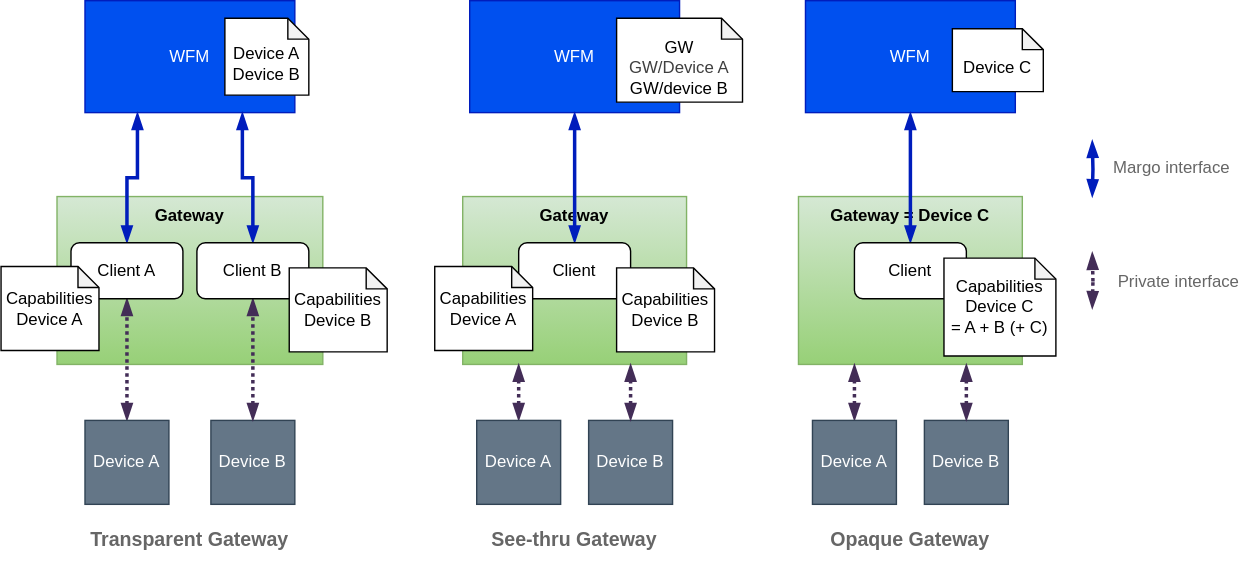
Before: system-design/figures/gateway-types.drawio.svg, a diagram exported from draw.io (margo/general_website_content). Source tidied: cells renumbered, new cells last; positions are measured from the earlier drawing's top-left corner, leaving out a move shared by most shapes.
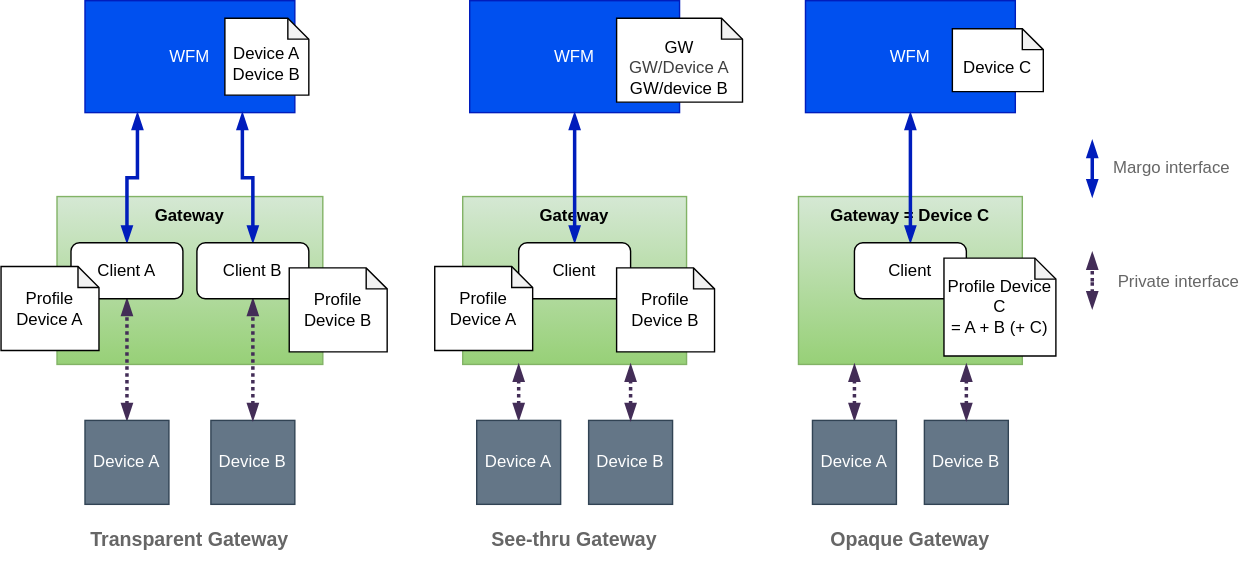
Above is the later version.

Commit message:
Initial change for profile endpoint

Change to the diagram source:
```diff
@@ -107,19 +107,19 @@
     <mxCell id="34" value="Client A" style="rounded=1;whiteSpace=wrap;html=1;" parent="1" vertex="1">
       <mxGeometry x="50" y="173" width="80" height="40" as="geometry" />
     </mxCell>
-    <mxCell id="35" value="Capabilities Device B" style="shape=note;whiteSpace=wrap;html=1;backgroundOutline=1;darkOpacity=0.05;size=15;" parent="1" vertex="1">
+    <mxCell id="35" value="Profile&lt;br&gt;Device B" style="shape=note;whiteSpace=wrap;html=1;backgroundOutline=1;darkOpacity=0.05;size=15;" parent="1" vertex="1">
       <mxGeometry x="206" y="191" width="70" height="60" as="geometry" />
     </mxCell>
-    <mxCell id="36" value="Capabilities Device A" style="shape=note;whiteSpace=wrap;html=1;backgroundOutline=1;darkOpacity=0.05;size=15;" parent="1" vertex="1">
+    <mxCell id="36" value="Profile Device A" style="shape=note;whiteSpace=wrap;html=1;backgroundOutline=1;darkOpacity=0.05;size=15;" parent="1" vertex="1">
       <mxGeometry y="190" width="70" height="60" as="geometry" />
     </mxCell>
     <mxCell id="37" value="Client" style="rounded=1;whiteSpace=wrap;html=1;" parent="1" vertex="1">
       <mxGeometry x="370" y="173" width="80" height="40" as="geometry" />
     </mxCell>
-    <mxCell id="38" value="Capabilities Device A" style="shape=note;whiteSpace=wrap;html=1;backgroundOutline=1;darkOpacity=0.05;size=15;" parent="1" vertex="1">
+    <mxCell id="38" value="Profile Device A" style="shape=note;whiteSpace=wrap;html=1;backgroundOutline=1;darkOpacity=0.05;size=15;" parent="1" vertex="1">
       <mxGeometry x="310" y="190" width="70" height="60" as="geometry" />
     </mxCell>
-    <mxCell id="39" value="Capabilities Device B" style="shape=note;whiteSpace=wrap;html=1;backgroundOutline=1;darkOpacity=0.05;size=15;" parent="1" vertex="1">
+    <mxCell id="39" value="Profile Device B" style="shape=note;whiteSpace=wrap;html=1;backgroundOutline=1;darkOpacity=0.05;size=15;" parent="1" vertex="1">
       <mxGeometry x="440" y="191" width="70" height="60" as="geometry" />
     </mxCell>
     <mxCell id="40" style="edgeStyle=orthogonalEdgeStyle;rounded=0;jettySize=auto;html=1;entryX=0.5;entryY=1;entryDx=0;entryDy=0;strokeColor=#001DBC;align=center;verticalAlign=middle;fontFamily=Helvetica;fontSize=11;fontColor=default;labelBackgroundColor=default;startArrow=blockThin;startFill=1;endArrow=blockThin;fillColor=#0050ef;strokeWidth=2.5;endFill=1;" parent="1" edge="1" source="41" target="22">
@@ -128,7 +128,7 @@
     <mxCell id="41" value="Client" style="rounded=1;whiteSpace=wrap;html=1;" parent="1" vertex="1">
       <mxGeometry x="610" y="173" width="80" height="40" as="geometry" />
     </mxCell>
-    <mxCell id="42" value="Capabilities Device C &lt;br&gt;= A + B (+ C)" style="shape=note;whiteSpace=wrap;html=1;backgroundOutline=1;darkOpacity=0.05;size=15;" parent="1" vertex="1">
+    <mxCell id="42" value="Profile Device C &lt;br&gt;= A + B (+ C)" style="shape=note;whiteSpace=wrap;html=1;backgroundOutline=1;darkOpacity=0.05;size=15;" parent="1" vertex="1">
       <mxGeometry x="674" y="184" width="80" height="70" as="geometry" />
     </mxCell>
   </root>
```
